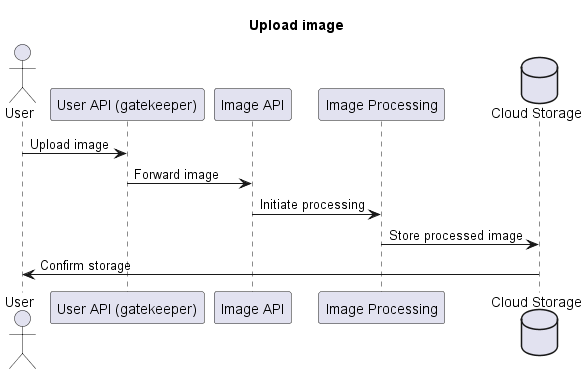
Above: arc42/images/Upload_seq.png in CMarquetand/swarc-material (PlantUML), before the change. The source it was exported from:
```plantuml
@startuml Upload image
    title Upload image

    actor User
    participant "User API (gatekeeper)" as U
    participant "Image API" as I
    participant "Image Processing" as IP
    database "Cloud Storage" as FS

    User -> U: Upload image
    U -> I: Forward image
    I -> IP: Initiate processing
    IP -> FS: Store processed image
    FS -> User: Confirm storage
@enduml
```
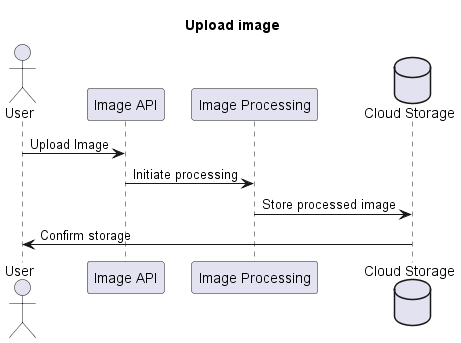
Above is the later version.

Commit message:
adjust sequence diagrams and technical context without gatekeeper api

Change to the diagram source:
```diff
@@ -2,13 +2,11 @@
     title Upload image
 
     actor User
-    participant "User API (gatekeeper)" as U
     participant "Image API" as I
     participant "Image Processing" as IP
     database "Cloud Storage" as FS
 
-    User -> U: Upload image
-    U -> I: Forward image
+    User ->  I: Upload Image
     I -> IP: Initiate processing
     IP -> FS: Store processed image
     FS -> User: Confirm storage
```
